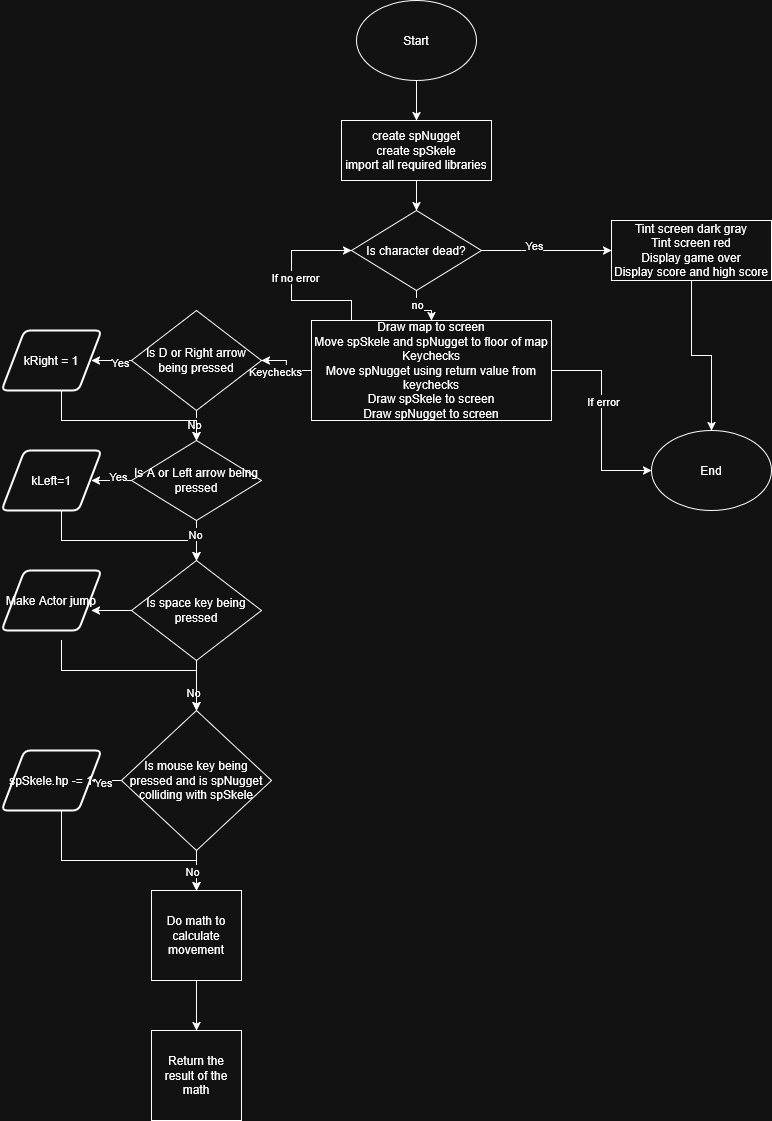
Above: assesment/Documentation/assesment.drawio.png in Ghostboo124/school-game-t1 (draw.io), before the change. Source tidied: cells renumbered, new cells last; positions are measured from the earlier drawing's top-left corner, leaving out a move shared by most shapes. Its diagram source:
```xml
<mxGraphModel>
  <root>
    <mxCell id="0" />
    <mxCell id="1" parent="0" />
    <mxCell id="2" style="edgeStyle=orthogonalEdgeStyle;rounded=0;jettySize=auto;html=1;" parent="1" edge="1" source="3">
      <mxGeometry relative="1" as="geometry">
        <mxPoint x="415" y="120" as="targetPoint" />
      </mxGeometry>
    </mxCell>
    <mxCell id="3" value="&lt;div&gt;Start&lt;/div&gt;" style="ellipse;whiteSpace=wrap;html=1;" parent="1" vertex="1">
      <mxGeometry x="355" width="120" height="80" as="geometry" />
    </mxCell>
    <mxCell id="4" style="edgeStyle=orthogonalEdgeStyle;rounded=0;jettySize=auto;html=1;" parent="1" edge="1" source="5" target="10">
      <mxGeometry relative="1" as="geometry" />
    </mxCell>
    <mxCell id="5" value="&lt;div&gt;create spNugget&lt;/div&gt;&lt;div&gt;create spSkele&lt;/div&gt;&lt;div&gt;import all required libraries&lt;/div&gt;" style="rounded=0;whiteSpace=wrap;html=1;" parent="1" vertex="1">
      <mxGeometry x="340" y="120" width="150" height="60" as="geometry" />
    </mxCell>
    <mxCell id="6" style="edgeStyle=orthogonalEdgeStyle;rounded=0;jettySize=auto;html=1;" parent="1" edge="1" source="10" target="12">
      <mxGeometry relative="1" as="geometry" />
    </mxCell>
    <mxCell id="7" value="&lt;div&gt;Yes&lt;/div&gt;" style="edgeLabel;html=1;align=center;verticalAlign=middle;" parent="6" vertex="1">
      <mxGeometry x="-0.2" y="6" relative="1" as="geometry" />
    </mxCell>
    <mxCell id="8" style="edgeStyle=orthogonalEdgeStyle;rounded=0;jettySize=auto;html=1;entryX=0.5;entryY=0;entryDx=0;entryDy=0;" parent="1" edge="1" source="10" target="19">
      <mxGeometry relative="1" as="geometry" />
    </mxCell>
    <mxCell id="9" value="no" style="edgeLabel;html=1;align=center;verticalAlign=middle;" parent="8" vertex="1">
      <mxGeometry x="-0.42" relative="1" as="geometry" />
    </mxCell>
    <mxCell id="10" value="Is character dead?" style="rhombus;whiteSpace=wrap;html=1;" parent="1" vertex="1">
      <mxGeometry x="350" y="210" width="130" height="80" as="geometry" />
    </mxCell>
    <mxCell id="11" style="edgeStyle=orthogonalEdgeStyle;rounded=0;jettySize=auto;html=1;entryX=0.5;entryY=0;entryDx=0;entryDy=0;" parent="1" edge="1" source="12" target="46">
      <mxGeometry relative="1" as="geometry" />
    </mxCell>
    <mxCell id="12" value="&lt;div&gt;Tint screen dark gray&lt;/div&gt;&lt;div&gt;Tint screen red&lt;/div&gt;&lt;div&gt;Display game over&lt;/div&gt;&lt;div&gt;Display score and high score&lt;/div&gt;" style="rounded=0;whiteSpace=wrap;html=1;" parent="1" vertex="1">
      <mxGeometry x="610" y="220" width="160" height="60" as="geometry" />
    </mxCell>
    <mxCell id="13" style="edgeStyle=orthogonalEdgeStyle;rounded=0;jettySize=auto;html=1;" parent="1" edge="1" source="19" target="24">
      <mxGeometry relative="1" as="geometry" />
    </mxCell>
    <mxCell id="14" value="&lt;div&gt;Keychecks&lt;/div&gt;" style="edgeLabel;html=1;align=center;verticalAlign=middle;" parent="13" vertex="1">
      <mxGeometry x="0.29" y="2" relative="1" as="geometry">
        <mxPoint x="-8" y="8" as="offset" />
      </mxGeometry>
    </mxCell>
    <mxCell id="15" style="edgeStyle=orthogonalEdgeStyle;rounded=0;jettySize=auto;html=1;entryX=0;entryY=0.5;entryDx=0;entryDy=0;" parent="1" edge="1" source="19" target="10">
      <mxGeometry relative="1" as="geometry">
        <Array as="points">
          <mxPoint x="350" y="300" />
          <mxPoint x="290" y="300" />
          <mxPoint x="290" y="250" />
        </Array>
      </mxGeometry>
    </mxCell>
    <mxCell id="16" value="&lt;div&gt;If no error&lt;/div&gt;" style="edgeLabel;html=1;align=center;verticalAlign=middle;" parent="15" vertex="1">
      <mxGeometry x="0.09" y="-3" relative="1" as="geometry" />
    </mxCell>
    <mxCell id="17" style="edgeStyle=orthogonalEdgeStyle;rounded=0;jettySize=auto;html=1;entryX=0;entryY=0.5;entryDx=0;entryDy=0;" parent="1" edge="1" source="19" target="46">
      <mxGeometry relative="1" as="geometry" />
    </mxCell>
    <mxCell id="18" value="If error" style="edgeLabel;html=1;align=center;verticalAlign=middle;" parent="17" vertex="1">
      <mxGeometry x="-0.2" y="1" relative="1" as="geometry" />
    </mxCell>
    <mxCell id="19" value="&lt;div&gt;Draw map to screen&lt;/div&gt;&lt;div&gt;Move spSkele and spNugget to floor of map&lt;/div&gt;&lt;div&gt;Keychecks&lt;/div&gt;&lt;div&gt;Move spNugget using return value from keychecks&lt;/div&gt;&lt;div&gt;Draw spSkele to screen&lt;/div&gt;&lt;div&gt;Draw spNugget to screen&lt;/div&gt;" style="rounded=0;whiteSpace=wrap;html=1;" parent="1" vertex="1">
      <mxGeometry x="310" y="320" width="240" height="100" as="geometry" />
    </mxCell>
    <mxCell id="20" style="edgeStyle=orthogonalEdgeStyle;rounded=0;jettySize=auto;html=1;" parent="1" edge="1" source="24" target="28">
      <mxGeometry relative="1" as="geometry" />
    </mxCell>
    <mxCell id="21" value="&lt;div&gt;No&lt;/div&gt;" style="edgeLabel;html=1;align=center;verticalAlign=middle;" parent="20" vertex="1">
      <mxGeometry x="0.32" y="-3" relative="1" as="geometry" />
    </mxCell>
    <mxCell id="22" style="edgeStyle=orthogonalEdgeStyle;rounded=0;jettySize=auto;html=1;" parent="1" edge="1" source="24">
      <mxGeometry relative="1" as="geometry">
        <mxPoint x="90" y="360" as="targetPoint" />
      </mxGeometry>
    </mxCell>
    <mxCell id="23" value="Yes" style="edgeLabel;html=1;align=center;verticalAlign=middle;" parent="22" vertex="1">
      <mxGeometry x="-0.4" y="1" relative="1" as="geometry" />
    </mxCell>
    <mxCell id="24" value="Is D or Right arrow being pressed" style="rhombus;whiteSpace=wrap;html=1;" parent="1" vertex="1">
      <mxGeometry x="130" y="310" width="130" height="100" as="geometry" />
    </mxCell>
    <mxCell id="25" style="edgeStyle=orthogonalEdgeStyle;rounded=0;jettySize=auto;html=1;" parent="1" edge="1" source="28">
      <mxGeometry relative="1" as="geometry">
        <mxPoint x="90" y="480" as="targetPoint" />
      </mxGeometry>
    </mxCell>
    <mxCell id="26" value="Yes" style="edgeLabel;html=1;align=center;verticalAlign=middle;" parent="25" vertex="1">
      <mxGeometry x="-0.3" y="-5" relative="1" as="geometry" />
    </mxCell>
    <mxCell id="27" style="edgeStyle=orthogonalEdgeStyle;rounded=0;jettySize=auto;html=1;" parent="1" edge="1" source="28" target="37">
      <mxGeometry relative="1" as="geometry" />
    </mxCell>
    <mxCell id="28" value="Is A or Left arrow being pressed" style="rhombus;whiteSpace=wrap;html=1;" parent="1" vertex="1">
      <mxGeometry x="130" y="440" width="130" height="80" as="geometry" />
    </mxCell>
    <mxCell id="29" style="edgeStyle=orthogonalEdgeStyle;rounded=0;jettySize=auto;html=1;entryX=0.5;entryY=0;entryDx=0;entryDy=0;" parent="1" edge="1" target="28">
      <mxGeometry relative="1" as="geometry">
        <mxPoint x="60" y="390" as="sourcePoint" />
        <Array as="points">
          <mxPoint x="60" y="420" />
          <mxPoint x="195" y="420" />
        </Array>
      </mxGeometry>
    </mxCell>
    <mxCell id="30" style="edgeStyle=orthogonalEdgeStyle;rounded=0;jettySize=auto;html=1;" parent="1" edge="1" source="33">
      <mxGeometry relative="1" as="geometry">
        <mxPoint x="90" y="780" as="targetPoint" />
      </mxGeometry>
    </mxCell>
    <mxCell id="31" value="Yes" style="edgeLabel;html=1;align=center;verticalAlign=middle;" parent="30" vertex="1">
      <mxGeometry x="0.24" y="1" relative="1" as="geometry" />
    </mxCell>
    <mxCell id="32" style="edgeStyle=orthogonalEdgeStyle;rounded=0;jettySize=auto;html=1;" parent="1" edge="1" source="33" target="44">
      <mxGeometry relative="1" as="geometry" />
    </mxCell>
    <mxCell id="33" value="Is mouse key being pressed and is spNugget colliding with spSkele" style="rhombus;whiteSpace=wrap;html=1;" parent="1" vertex="1">
      <mxGeometry x="120" y="710" width="150" height="140" as="geometry" />
    </mxCell>
    <mxCell id="34" style="edgeStyle=orthogonalEdgeStyle;rounded=0;jettySize=auto;html=1;" parent="1" edge="1" source="37">
      <mxGeometry relative="1" as="geometry">
        <mxPoint x="90" y="610" as="targetPoint" />
      </mxGeometry>
    </mxCell>
    <mxCell id="35" style="edgeStyle=orthogonalEdgeStyle;rounded=0;jettySize=auto;html=1;" parent="1" edge="1" source="37" target="33">
      <mxGeometry relative="1" as="geometry" />
    </mxCell>
    <mxCell id="36" value="No" style="edgeLabel;html=1;align=center;verticalAlign=middle;" parent="35" vertex="1">
      <mxGeometry x="0.24" y="-4" relative="1" as="geometry" />
    </mxCell>
    <mxCell id="37" value="Is space key being pressed" style="rhombus;whiteSpace=wrap;html=1;" parent="1" vertex="1">
      <mxGeometry x="130" y="560" width="130" height="100" as="geometry" />
    </mxCell>
    <mxCell id="38" style="edgeStyle=orthogonalEdgeStyle;rounded=0;jettySize=auto;html=1;entryX=0.5;entryY=0;entryDx=0;entryDy=0;" parent="1" edge="1" target="37">
      <mxGeometry relative="1" as="geometry">
        <mxPoint x="60" y="510" as="sourcePoint" />
        <Array as="points">
          <mxPoint x="60" y="540" />
          <mxPoint x="195" y="540" />
        </Array>
      </mxGeometry>
    </mxCell>
    <mxCell id="39" value="&lt;div&gt;No&lt;/div&gt;" style="edgeLabel;html=1;align=center;verticalAlign=middle;" parent="38" vertex="1">
      <mxGeometry x="0.76" y="7" relative="1" as="geometry" />
    </mxCell>
    <mxCell id="40" style="edgeStyle=orthogonalEdgeStyle;rounded=0;jettySize=auto;html=1;entryX=0.5;entryY=0;entryDx=0;entryDy=0;" parent="1" edge="1" target="33">
      <mxGeometry relative="1" as="geometry">
        <mxPoint x="60" y="640" as="sourcePoint" />
        <Array as="points">
          <mxPoint x="60" y="670" />
          <mxPoint x="195" y="670" />
        </Array>
      </mxGeometry>
    </mxCell>
    <mxCell id="41" style="edgeStyle=orthogonalEdgeStyle;rounded=0;jettySize=auto;html=1;entryX=0.5;entryY=0;entryDx=0;entryDy=0;" parent="1" edge="1" target="44">
      <mxGeometry relative="1" as="geometry">
        <mxPoint x="60" y="810" as="sourcePoint" />
        <Array as="points">
          <mxPoint x="60" y="860" />
          <mxPoint x="195" y="860" />
        </Array>
      </mxGeometry>
    </mxCell>
    <mxCell id="42" value="No" style="edgeLabel;html=1;align=center;verticalAlign=middle;" parent="41" vertex="1">
      <mxGeometry x="0.81" y="-5" relative="1" as="geometry" />
    </mxCell>
    <mxCell id="43" style="edgeStyle=orthogonalEdgeStyle;rounded=0;jettySize=auto;html=1;" parent="1" edge="1" source="44" target="45">
      <mxGeometry relative="1" as="geometry" />
    </mxCell>
    <mxCell id="44" value="Do math to calculate movement" style="whiteSpace=wrap;html=1;" parent="1" vertex="1">
      <mxGeometry x="150" y="890" width="90" height="90" as="geometry" />
    </mxCell>
    <mxCell id="45" value="Return the result of the math" style="whiteSpace=wrap;html=1;" parent="1" vertex="1">
      <mxGeometry x="150" y="1030" width="90" height="90" as="geometry" />
    </mxCell>
    <mxCell id="46" value="End" style="ellipse;whiteSpace=wrap;html=1;" parent="1" vertex="1">
      <mxGeometry x="650" y="430" width="120" height="80" as="geometry" />
    </mxCell>
    <mxCell id="47" value="spSkele.hp -= 1" style="shape=parallelogram;html=1;strokeWidth=2;perimeter=parallelogramPerimeter;whiteSpace=wrap;rounded=1;arcSize=12;size=0.23;" parent="1" vertex="1">
      <mxGeometry y="750" width="100" height="60" as="geometry" />
    </mxCell>
    <mxCell id="48" value="Make Actor jump" style="shape=parallelogram;html=1;strokeWidth=2;perimeter=parallelogramPerimeter;whiteSpace=wrap;rounded=1;arcSize=12;size=0.23;" parent="1" vertex="1">
      <mxGeometry y="570" width="100" height="60" as="geometry" />
    </mxCell>
    <mxCell id="49" value="kLeft=1" style="shape=parallelogram;html=1;strokeWidth=2;perimeter=parallelogramPerimeter;whiteSpace=wrap;rounded=1;arcSize=12;size=0.23;" parent="1" vertex="1">
      <mxGeometry y="450" width="100" height="60" as="geometry" />
    </mxCell>
    <mxCell id="50" value="kRight = 1" style="shape=parallelogram;html=1;strokeWidth=2;perimeter=parallelogramPerimeter;whiteSpace=wrap;rounded=1;arcSize=12;size=0.23;" parent="1" vertex="1">
      <mxGeometry y="330" width="100" height="60" as="geometry" />
    </mxCell>
  </root>
</mxGraphModel>
```
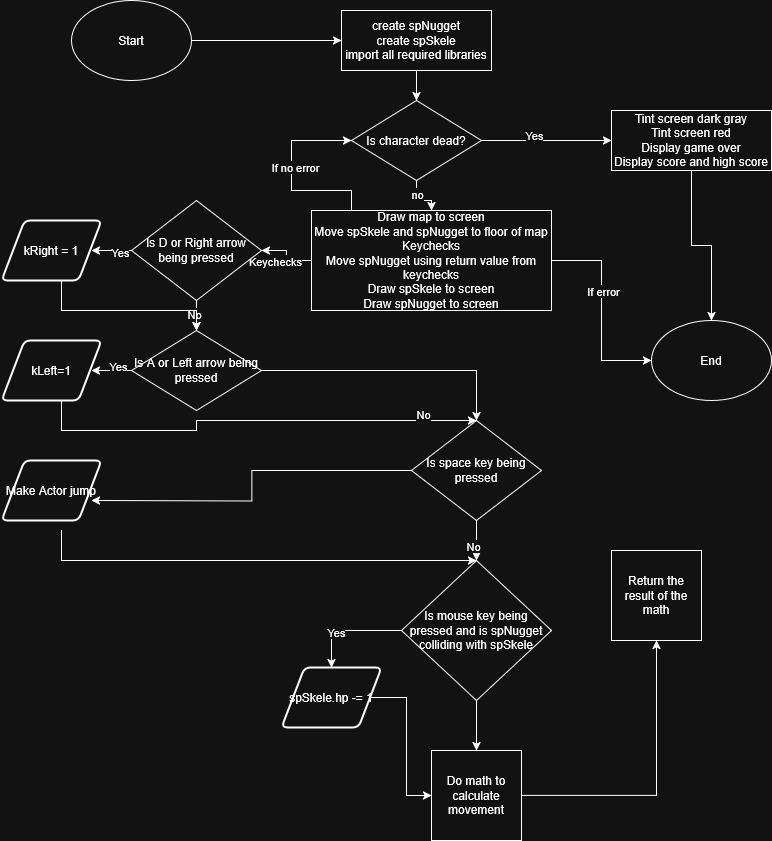
Later version of the same file.

The edit, as a diff of the source:
```diff
@@ -2,13 +2,11 @@
   <root>
     <mxCell id="0" />
     <mxCell id="1" parent="0" />
-    <mxCell id="2" style="edgeStyle=orthogonalEdgeStyle;rounded=0;jettySize=auto;html=1;" parent="1" edge="1" source="3">
-      <mxGeometry relative="1" as="geometry">
-        <mxPoint x="415" y="120" as="targetPoint" />
-      </mxGeometry>
-    </mxCell>
+    <mxCell id="51" style="edgeStyle=orthogonalEdgeStyle;rounded=0;jettySize=auto;html=1;entryX=0;entryY=0.5;entryDx=0;entryDy=0;" parent="1" edge="1" source="3" target="5">
+      <mxGeometry relative="1" as="geometry" />
+    </mxCell>
     <mxCell id="3" value="&lt;div&gt;Start&lt;/div&gt;" style="ellipse;whiteSpace=wrap;html=1;" parent="1" vertex="1">
-      <mxGeometry x="355" width="120" height="80" as="geometry" />
+      <mxGeometry x="70" y="110" width="120" height="80" as="geometry" />
     </mxCell>
     <mxCell id="4" style="edgeStyle=orthogonalEdgeStyle;rounded=0;jettySize=auto;html=1;" parent="1" edge="1" source="5" target="10">
       <mxGeometry relative="1" as="geometry" />
@@ -106,10 +104,8 @@
         </Array>
       </mxGeometry>
     </mxCell>
-    <mxCell id="30" style="edgeStyle=orthogonalEdgeStyle;rounded=0;jettySize=auto;html=1;" parent="1" edge="1" source="33">
-      <mxGeometry relative="1" as="geometry">
-        <mxPoint x="90" y="780" as="targetPoint" />
-      </mxGeometry>
+    <mxCell id="30" style="edgeStyle=orthogonalEdgeStyle;rounded=0;jettySize=auto;html=1;entryX=0.5;entryY=0;entryDx=0;entryDy=0;" parent="1" edge="1" source="33" target="47">
+      <mxGeometry relative="1" as="geometry" />
     </mxCell>
     <mxCell id="31" value="Yes" style="edgeLabel;html=1;align=center;verticalAlign=middle;" parent="30" vertex="1">
       <mxGeometry x="0.24" y="1" relative="1" as="geometry" />
@@ -118,7 +114,7 @@
       <mxGeometry relative="1" as="geometry" />
     </mxCell>
     <mxCell id="33" value="Is mouse key being pressed and is spNugget colliding with spSkele" style="rhombus;whiteSpace=wrap;html=1;" parent="1" vertex="1">
-      <mxGeometry x="120" y="710" width="150" height="140" as="geometry" />
+      <mxGeometry x="400" y="670" width="150" height="140" as="geometry" />
     </mxCell>
     <mxCell id="34" style="edgeStyle=orthogonalEdgeStyle;rounded=0;jettySize=auto;html=1;" parent="1" edge="1" source="37">
       <mxGeometry relative="1" as="geometry">
@@ -132,7 +128,7 @@
       <mxGeometry x="0.24" y="-4" relative="1" as="geometry" />
     </mxCell>
     <mxCell id="37" value="Is space key being pressed" style="rhombus;whiteSpace=wrap;html=1;" parent="1" vertex="1">
-      <mxGeometry x="130" y="560" width="130" height="100" as="geometry" />
+      <mxGeometry x="410" y="530" width="130" height="100" as="geometry" />
     </mxCell>
     <mxCell id="38" style="edgeStyle=orthogonalEdgeStyle;rounded=0;jettySize=auto;html=1;entryX=0.5;entryY=0;entryDx=0;entryDy=0;" parent="1" edge="1" target="37">
       <mxGeometry relative="1" as="geometry">
@@ -155,32 +151,23 @@
         </Array>
       </mxGeometry>
     </mxCell>
-    <mxCell id="41" style="edgeStyle=orthogonalEdgeStyle;rounded=0;jettySize=auto;html=1;entryX=0.5;entryY=0;entryDx=0;entryDy=0;" parent="1" edge="1" target="44">
-      <mxGeometry relative="1" as="geometry">
-        <mxPoint x="60" y="810" as="sourcePoint" />
-        <Array as="points">
-          <mxPoint x="60" y="860" />
-          <mxPoint x="195" y="860" />
-        </Array>
-      </mxGeometry>
-    </mxCell>
-    <mxCell id="42" value="No" style="edgeLabel;html=1;align=center;verticalAlign=middle;" parent="41" vertex="1">
-      <mxGeometry x="0.81" y="-5" relative="1" as="geometry" />
-    </mxCell>
     <mxCell id="43" style="edgeStyle=orthogonalEdgeStyle;rounded=0;jettySize=auto;html=1;" parent="1" edge="1" source="44" target="45">
       <mxGeometry relative="1" as="geometry" />
     </mxCell>
     <mxCell id="44" value="Do math to calculate movement" style="whiteSpace=wrap;html=1;" parent="1" vertex="1">
-      <mxGeometry x="150" y="890" width="90" height="90" as="geometry" />
+      <mxGeometry x="430" y="860" width="90" height="90" as="geometry" />
     </mxCell>
     <mxCell id="45" value="Return the result of the math" style="whiteSpace=wrap;html=1;" parent="1" vertex="1">
-      <mxGeometry x="150" y="1030" width="90" height="90" as="geometry" />
+      <mxGeometry x="610" y="660" width="90" height="90" as="geometry" />
     </mxCell>
     <mxCell id="46" value="End" style="ellipse;whiteSpace=wrap;html=1;" parent="1" vertex="1">
       <mxGeometry x="650" y="430" width="120" height="80" as="geometry" />
     </mxCell>
+    <mxCell id="52" style="edgeStyle=orthogonalEdgeStyle;rounded=0;jettySize=auto;html=1;entryX=0;entryY=0.5;entryDx=0;entryDy=0;" parent="1" edge="1" source="47" target="44">
+      <mxGeometry relative="1" as="geometry" />
+    </mxCell>
     <mxCell id="47" value="spSkele.hp -= 1" style="shape=parallelogram;html=1;strokeWidth=2;perimeter=parallelogramPerimeter;whiteSpace=wrap;rounded=1;arcSize=12;size=0.23;" parent="1" vertex="1">
-      <mxGeometry y="750" width="100" height="60" as="geometry" />
+      <mxGeometry x="280" y="777" width="100" height="60" as="geometry" />
     </mxCell>
     <mxCell id="48" value="Make Actor jump" style="shape=parallelogram;html=1;strokeWidth=2;perimeter=parallelogramPerimeter;whiteSpace=wrap;rounded=1;arcSize=12;size=0.23;" parent="1" vertex="1">
       <mxGeometry y="570" width="100" height="60" as="geometry" />
```
